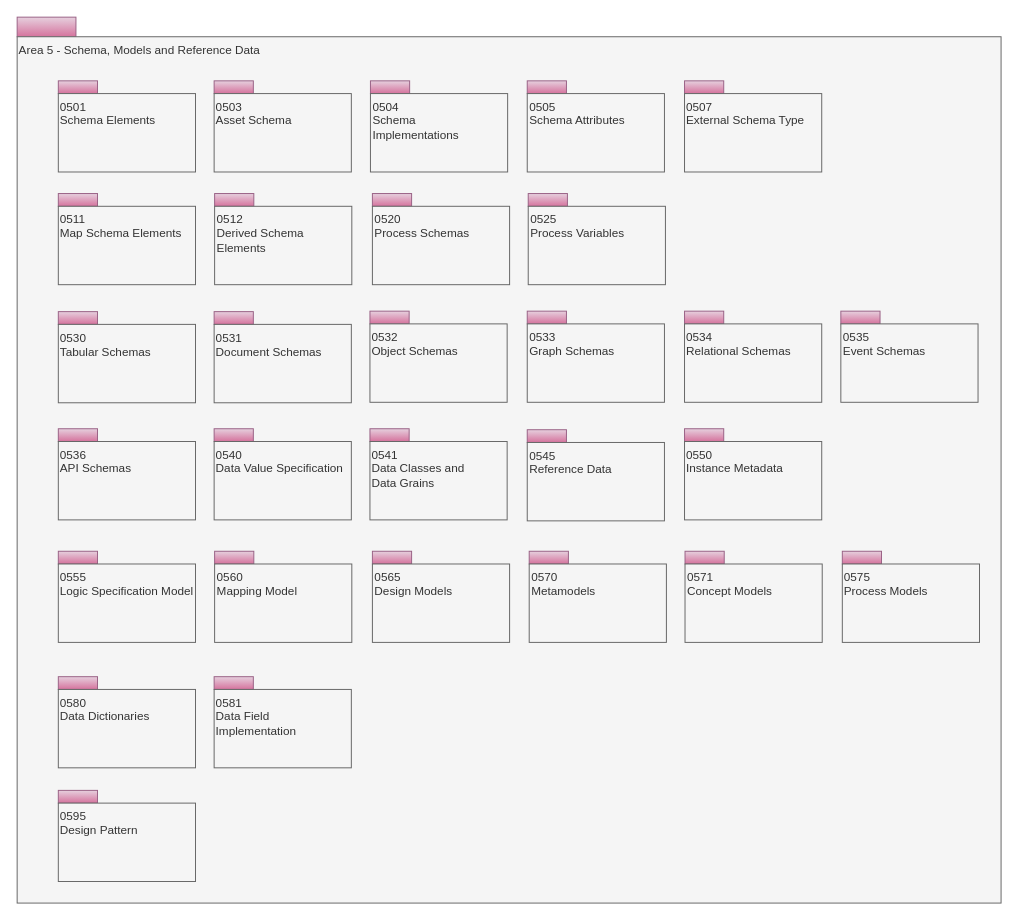
Earlier version of the draw.io diagram page "overview" (1 of 34) of site/docs/types/5/area-5-models-and-schema.drawio (odpi/egeria-docs). Source tidied: cells renumbered, new cells numbered last; positions are measured from the earlier drawing's top-left corner, leaving out a move shared by most shapes. Both pictures are drawn from the tidied source at 98%, with x=0, y=0 at pixel (17, 17).
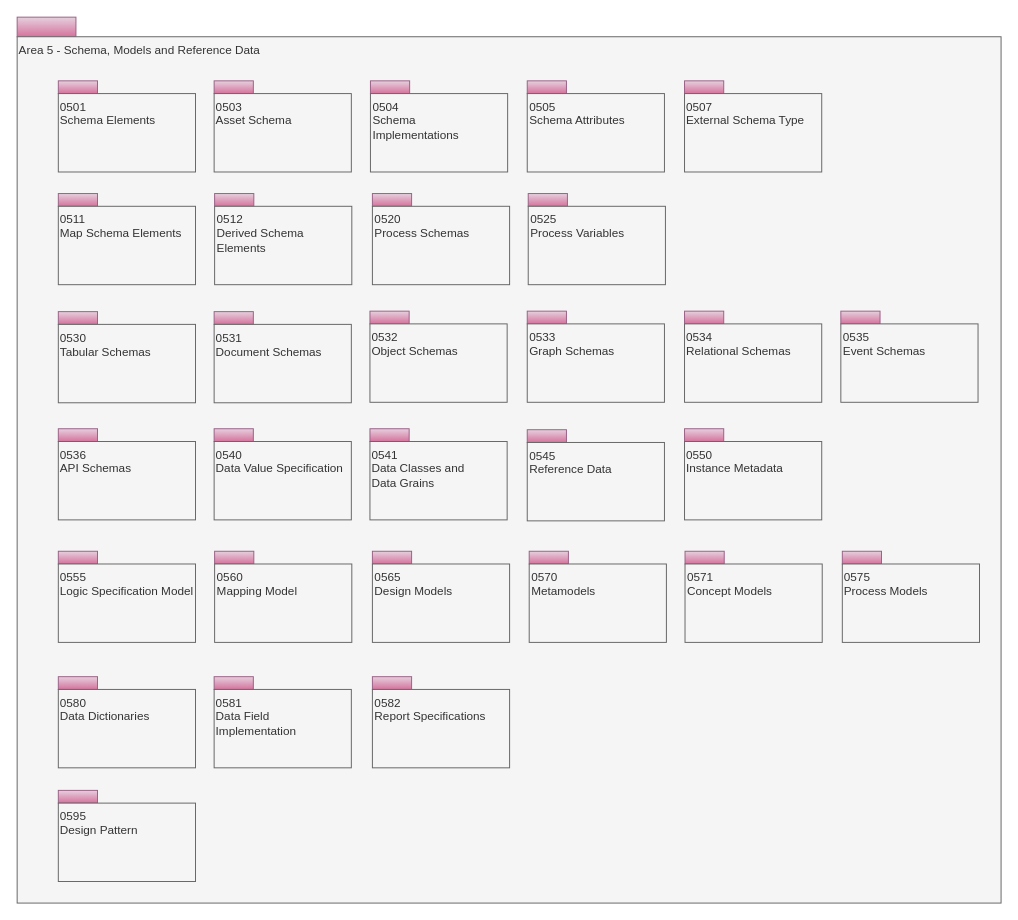
Above is the later version.

Diff of the diagram source:
```diff
@@
+    <mxCell id="62" style="rounded=0;whiteSpace=wrap;html=1;align=left;fillColor=#e6d0de;strokeColor=#996185;gradientColor=#d5739d;" parent="1" vertex="1">
+      <mxGeometry x="362.5" y="673" width="40" height="13" as="geometry" />
+    </mxCell>
+    <mxCell id="63" value="0582&lt;br&gt;Report Specifications" style="rounded=0;whiteSpace=wrap;html=1;align=left;verticalAlign=top;fillColor=#f5f5f5;fontColor=#333333;strokeColor=#666666;" parent="1" vertex="1">
+      <mxGeometry x="362.5" y="686" width="140" height="80" as="geometry" />
+    </mxCell>
```
